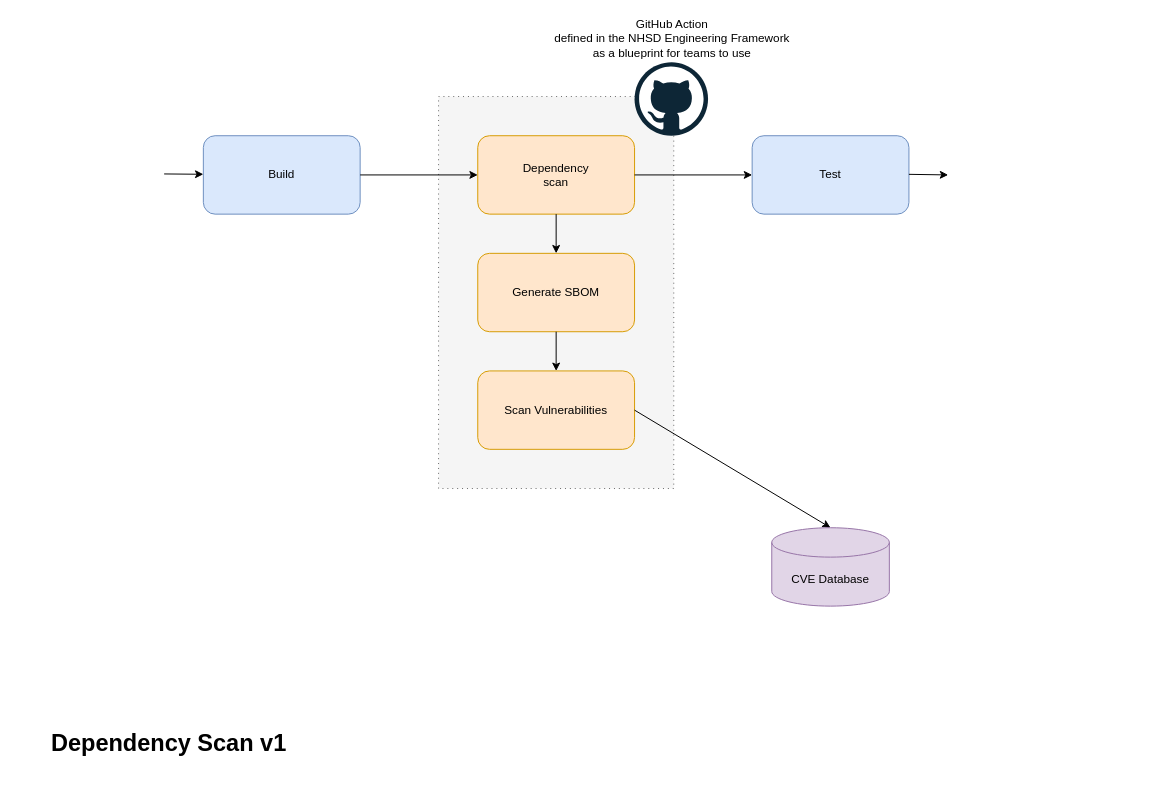
NHSDigital/software-engineering-quality-framework keeps this draw.io diagram as tools/dependency-scan/Design.drawio. Above is the earlier version. Source tidied: cells renumbered, new cells numbered last; positions are measured from the earlier drawing's top-left corner, leaving out a move shared by most shapes. Both pictures are drawn from the tidied source at 98%, with x=0, y=0 at pixel (46, 62).
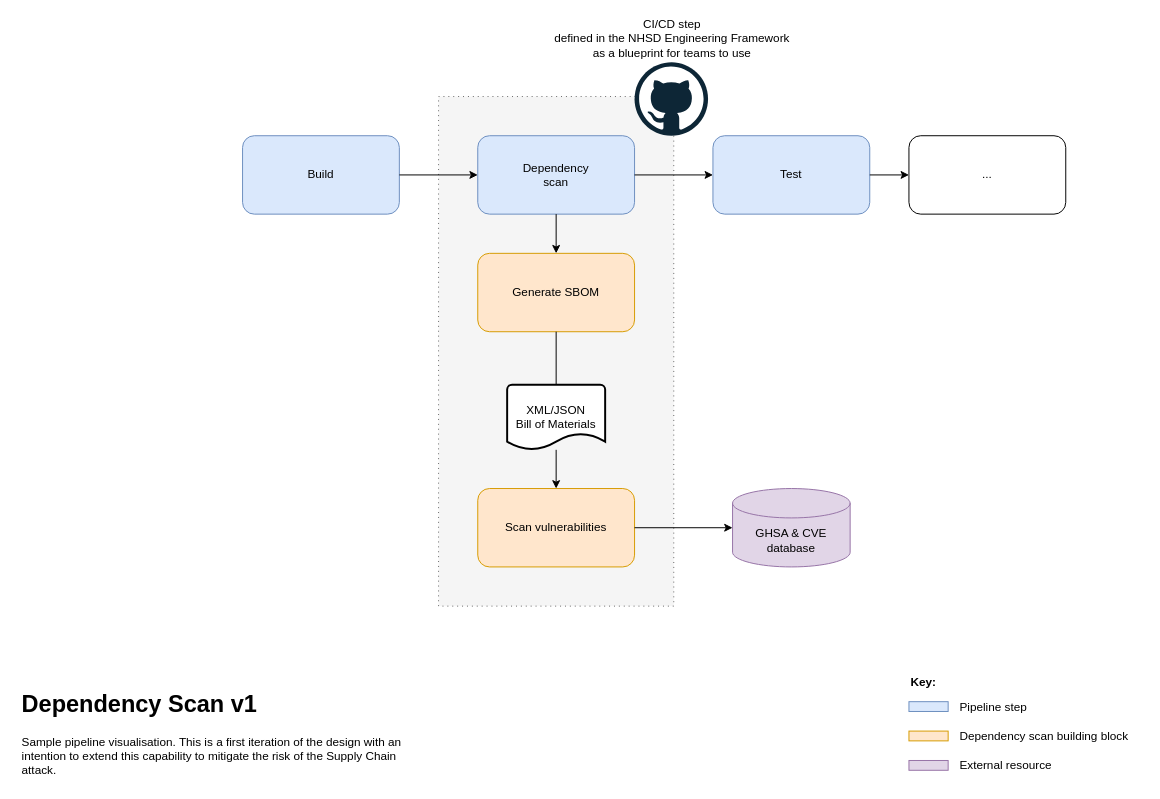
Above is the later version.

Commit message (it also covers changes not shown here):
Update the design diagram

Unchanged cells that the change refers to:
```xml
<mxCell id="6" value="Generate SBOM" style="rounded=1;whiteSpace=wrap;html=1;fillColor=#ffe6cc;strokeColor=#d79b00;" parent="1" vertex="1">
  <mxGeometry x="440" y="195" width="160" height="80" as="geometry" />
</mxCell>
```

The edit, as a diff of the source:
```diff
@@
     <mxCell id="2" style="rounded=0;whiteSpace=wrap;html=1;fillColor=#f5f5f5;fontColor=#333333;strokeColor=#666666;dashed=1;dashPattern=1 4;" parent="1" vertex="1">
-      <mxGeometry x="400" y="35" width="240" height="400" as="geometry" />
+      <mxGeometry x="400" y="35" width="240" height="520" as="geometry" />
     </mxCell>
     <mxCell id="3" value="Build" style="rounded=1;whiteSpace=wrap;html=1;fillColor=#dae8fc;strokeColor=#6c8ebf;" parent="1" vertex="1">
-      <mxGeometry x="160" y="75" width="160" height="80" as="geometry" />
+      <mxGeometry x="200" y="75" width="160" height="80" as="geometry" />
     </mxCell>
-    <mxCell id="4" value="Dependency&lt;br&gt;scan" style="rounded=1;whiteSpace=wrap;html=1;fillColor=#ffe6cc;strokeColor=#d79b00;" parent="1" vertex="1">
+    <mxCell id="4" value="Dependency&lt;br&gt;scan" style="rounded=1;whiteSpace=wrap;html=1;fillColor=#dae8fc;strokeColor=#6c8ebf;" parent="1" vertex="1">
       <mxGeometry x="440" y="75" width="160" height="80" as="geometry" />
     </mxCell>
     <mxCell id="5" value="Test" style="rounded=1;whiteSpace=wrap;html=1;fillColor=#dae8fc;strokeColor=#6c8ebf;" parent="1" vertex="1">
-      <mxGeometry x="720" y="75" width="160" height="80" as="geometry" />
+      <mxGeometry x="680" y="75" width="160" height="80" as="geometry" />
     </mxCell>
@@
-    <mxCell id="7" value="Scan Vulnerabilities" style="rounded=1;whiteSpace=wrap;html=1;fillColor=#ffe6cc;strokeColor=#d79b00;" parent="1" vertex="1">
-      <mxGeometry x="440" y="315" width="160" height="80" as="geometry" />
+    <mxCell id="7" value="Scan vulnerabilities" style="rounded=1;whiteSpace=wrap;html=1;fillColor=#ffe6cc;strokeColor=#d79b00;" parent="1" vertex="1">
+      <mxGeometry x="440" y="435" width="160" height="80" as="geometry" />
     </mxCell>
@@
-    <mxCell id="11" style="endArrow=classic;html=1;rounded=0;entryX=0.5;entryY=0;entryDx=0;entryDy=0;" parent="1" edge="1" source="6" target="7">
+    <mxCell id="11" style="endArrow=classic;html=1;rounded=0;entryX=0.5;entryY=0;entryDx=0;entryDy=0;startArrow=none;" parent="1" edge="1" source="18" target="7">
       <mxGeometry relative="1" as="geometry" />
     </mxCell>
-    <mxCell id="12" style="endArrow=classic;html=1;rounded=0;entryX=0.5;entryY=0;entryDx=0;entryDy=0;entryPerimeter=0;exitX=1;exitY=0.5;exitDx=0;exitDy=0;" parent="1" edge="1" source="7" target="17">
+    <mxCell id="12" style="endArrow=classic;html=1;rounded=0;exitX=1;exitY=0.5;exitDx=0;exitDy=0;" parent="1" edge="1" source="7" target="17">
       <mxGeometry relative="1" as="geometry" />
     </mxCell>
-    <mxCell id="13" style="endArrow=classic;html=1;rounded=0;" parent="1" edge="1" target="3">
-      <mxGeometry relative="1" as="geometry">
-        <mxPoint x="120" y="114" as="sourcePoint" />
-      </mxGeometry>
-    </mxCell>
-    <mxCell id="14" style="endArrow=classic;html=1;rounded=0;exitX=1;exitY=0.5;exitDx=0;exitDy=0;" parent="1" edge="1">
-      <mxGeometry relative="1" as="geometry">
-        <mxPoint x="880" y="114.4" as="sourcePoint" />
-        <mxPoint x="920" y="115" as="targetPoint" />
-      </mxGeometry>
+    <mxCell id="14" style="endArrow=classic;html=1;rounded=0;exitX=1;exitY=0.5;exitDx=0;exitDy=0;entryX=0;entryY=0.5;entryDx=0;entryDy=0;" parent="1" edge="1" source="5" target="20">
+      <mxGeometry relative="1" as="geometry" />
     </mxCell>
-    <mxCell id="15" value="&lt;h1&gt;Dependency Scan v1&lt;/h1&gt;" style="text;html=1;strokeColor=none;fillColor=none;spacing=5;spacingTop=-20;whiteSpace=wrap;overflow=hidden;rounded=0;" parent="1" vertex="1">
-      <mxGeometry y="675" width="280" height="40" as="geometry" />
+    <mxCell id="15" value="&lt;h1&gt;Dependency Scan v1&lt;/h1&gt;&lt;div&gt;Sample pipeline visualisation. This is a first iteration of the design with an intention to extend this capability to mitigate the risk of the Supply Chain attack.&lt;/div&gt;" style="text;html=1;strokeColor=none;fillColor=none;spacing=5;spacingTop=-20;whiteSpace=wrap;overflow=hidden;rounded=0;" parent="1" vertex="1">
+      <mxGeometry x="-30" y="635.5" width="400" height="99.5" as="geometry" />
     </mxCell>
-    <mxCell id="16" value="GitHub Action&lt;br&gt;defined in the NHSD Engineering Framework&lt;br&gt;as a blueprint for teams to use" style="dashed=0;html=1;align=center;labelPosition=center;verticalLabelPosition=top;verticalAlign=bottom;shape=mxgraph.weblogos.github;" parent="1" vertex="1">
+    <mxCell id="16" value="CI/CD step&lt;br&gt;defined in the NHSD Engineering Framework&lt;br&gt;as a blueprint for teams to use" style="dashed=0;html=1;align=center;labelPosition=center;verticalLabelPosition=top;verticalAlign=bottom;shape=mxgraph.weblogos.github;" parent="1" vertex="1">
       <mxGeometry x="600" width="75" height="75" as="geometry" />
     </mxCell>
-    <mxCell id="17" value="CVE&amp;nbsp;Database" style="shape=cylinder3;whiteSpace=wrap;html=1;boundedLbl=1;backgroundOutline=1;size=15;fillColor=#e1d5e7;strokeColor=#9673a6;" parent="1" vertex="1">
-      <mxGeometry x="740" y="475" width="120" height="80" as="geometry" />
+    <mxCell id="17" value="GHSA &amp;amp; CVE&lt;br&gt;database" style="shape=cylinder3;whiteSpace=wrap;html=1;boundedLbl=1;backgroundOutline=1;size=15;fillColor=#e1d5e7;strokeColor=#9673a6;" parent="1" vertex="1">
+      <mxGeometry x="700" y="435" width="120" height="80" as="geometry" />
     </mxCell>
+    <mxCell id="18" value="XML/JSON&lt;br&gt;Bill of Materials" style="strokeWidth=2;html=1;shape=mxgraph.flowchart.document2;whiteSpace=wrap;size=0.25;" parent="1" vertex="1">
+      <mxGeometry x="470" y="329" width="100" height="66.5" as="geometry" />
+    </mxCell>
+    <mxCell id="19" style="endArrow=none;html=1;rounded=0;entryX=0.5;entryY=0;entryDx=0;entryDy=0;" parent="1" edge="1" source="6" target="18">
+      <mxGeometry relative="1" as="geometry" />
+    </mxCell>
+    <mxCell id="20" value="..." style="rounded=1;whiteSpace=wrap;html=1;gradientDirection=east;" parent="1" vertex="1">
+      <mxGeometry x="880" y="75" width="160" height="80" as="geometry" />
+    </mxCell>
+    <mxCell id="21" style="rounded=0;whiteSpace=wrap;html=1;gradientDirection=east;fillColor=#dae8fc;strokeColor=#6c8ebf;" parent="1" vertex="1">
+      <mxGeometry x="880" y="652.5" width="40" height="10" as="geometry" />
+    </mxCell>
+    <mxCell id="22" value="Key:" style="text;html=1;strokeColor=none;fillColor=none;align=left;verticalAlign=middle;whiteSpace=wrap;rounded=0;fontStyle=1;" parent="1" vertex="1">
+      <mxGeometry x="880" y="622.5" width="180" height="20" as="geometry" />
+    </mxCell>
+    <mxCell id="23" value="Pipeline step" style="text;html=1;strokeColor=none;fillColor=none;align=left;verticalAlign=middle;whiteSpace=wrap;rounded=0;" parent="1" vertex="1">
+      <mxGeometry x="930" y="647.5" width="190" height="20" as="geometry" />
+    </mxCell>
+    <mxCell id="24" style="rounded=0;whiteSpace=wrap;html=1;gradientDirection=east;fillColor=#ffe6cc;strokeColor=#d79b00;" parent="1" vertex="1">
+      <mxGeometry x="880" y="682.5" width="40" height="10" as="geometry" />
+    </mxCell>
+    <mxCell id="25" value="Dependency scan building block" style="text;html=1;strokeColor=none;fillColor=none;align=left;verticalAlign=middle;whiteSpace=wrap;rounded=0;" parent="1" vertex="1">
+      <mxGeometry x="930" y="677.5" width="190" height="20" as="geometry" />
+    </mxCell>
+    <mxCell id="26" style="rounded=0;whiteSpace=wrap;html=1;gradientDirection=east;fillColor=#e1d5e7;strokeColor=#9673a6;" parent="1" vertex="1">
+      <mxGeometry x="880" y="712.5" width="40" height="10" as="geometry" />
+    </mxCell>
+    <mxCell id="27" value="External resource" style="text;html=1;strokeColor=none;fillColor=none;align=left;verticalAlign=middle;whiteSpace=wrap;rounded=0;" parent="1" vertex="1">
+      <mxGeometry x="930" y="707.5" width="190" height="20" as="geometry" />
+    </mxCell>
```
